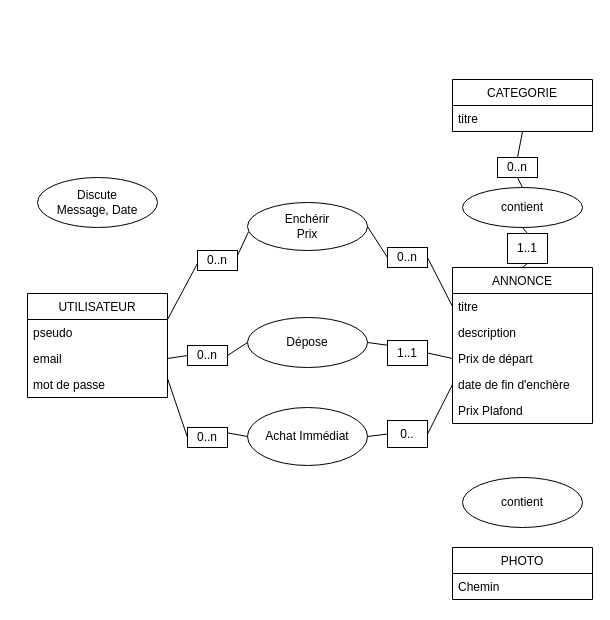
Spirulineman/Le_meilleur_coin.com keeps this draw.io diagram as Untitled Diagram.drawio. Above is the earlier version. Source tidied: cells renumbered, new cells numbered last; positions are measured from the earlier drawing's top-left corner, leaving out a move shared by most shapes. Both pictures are drawn from the tidied source at 100%, with x=0, y=0 at pixel (27, 79). Pictures stored in the file or linked from it are replaced by grey dashed boxes.
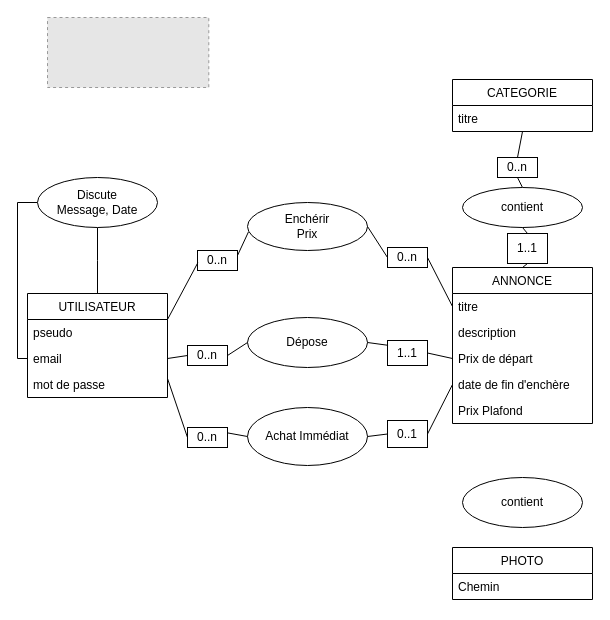
The same page after the edit.

Unchanged cells that the change refers to:
```xml
<mxCell id="3" value="UTILISATEUR" style="swimlane;fontStyle=0;horizontal=1;startSize=26;fillColor=none;" parent="1" vertex="1">
  <mxGeometry y="214" width="140" height="104" as="geometry" />
</mxCell>
<mxCell id="5" value="email" style="text;strokeColor=none;fillColor=none;align=left;verticalAlign=top;spacingLeft=4;spacingRight=4;overflow=hidden;points=[[0,0.5],[1,0.5]];portConstraint=eastwest;" parent="3" vertex="1">
  <mxGeometry y="52" width="140" height="26" as="geometry" />
</mxCell>
<mxCell id="24" value="&lt;div&gt;Discute&lt;/div&gt;&lt;div&gt;Message, Date&lt;br&gt;&lt;/div&gt;" style="ellipse;whiteSpace=wrap;html=1;" parent="1" vertex="1">
  <mxGeometry x="10" y="98" width="120" height="50" as="geometry" />
</mxCell>
```

Change to the diagram source:
```diff
@@
+    <mxCell id="47" style="edgeStyle=elbowEdgeStyle;rounded=0;jettySize=auto;html=1;exitX=0;exitY=0.5;exitDx=0;exitDy=0;entryX=0;entryY=0.5;entryDx=0;entryDy=0;startArrow=none;startFill=0;endArrow=none;endFill=0;" parent="1" edge="1" source="24" target="5">
+      <mxGeometry relative="1" as="geometry">
+        <Array as="points">
+          <mxPoint x="-10" y="198" />
+        </Array>
+      </mxGeometry>
+    </mxCell>
+    <mxCell id="48" style="edgeStyle=elbowEdgeStyle;rounded=0;jettySize=auto;html=1;exitX=0.5;exitY=1;exitDx=0;exitDy=0;entryX=0.5;entryY=0;entryDx=0;entryDy=0;startArrow=none;startFill=0;endArrow=none;endFill=0;" parent="1" edge="1" source="24" target="3">
+      <mxGeometry relative="1" as="geometry" />
+    </mxCell>
@@
-    <mxCell id="45" value="0.." style="text;html=1;align=center;verticalAlign=middle;whiteSpace=wrap;rounded=0;fillColor=#ffffff;strokeColor=#000000;" parent="1" vertex="1">
+    <mxCell id="45" value="0..1" style="text;html=1;align=center;verticalAlign=middle;whiteSpace=wrap;rounded=0;fillColor=#ffffff;strokeColor=#000000;" parent="1" vertex="1">
       <mxGeometry x="360" y="341" width="40" height="27" as="geometry" />
     </mxCell>
@@
+    <mxCell id="49" style="fillColor=#E6E6E6;strokeColor=#999999;dashed=1;verticalLabelPosition=bottom;labelBackgroundColor=#ffffff;verticalAlign=top;" parent="1" vertex="1">
+      <mxGeometry x="20" y="-62" width="161.3" height="70" as="geometry" />
+    </mxCell>
```
